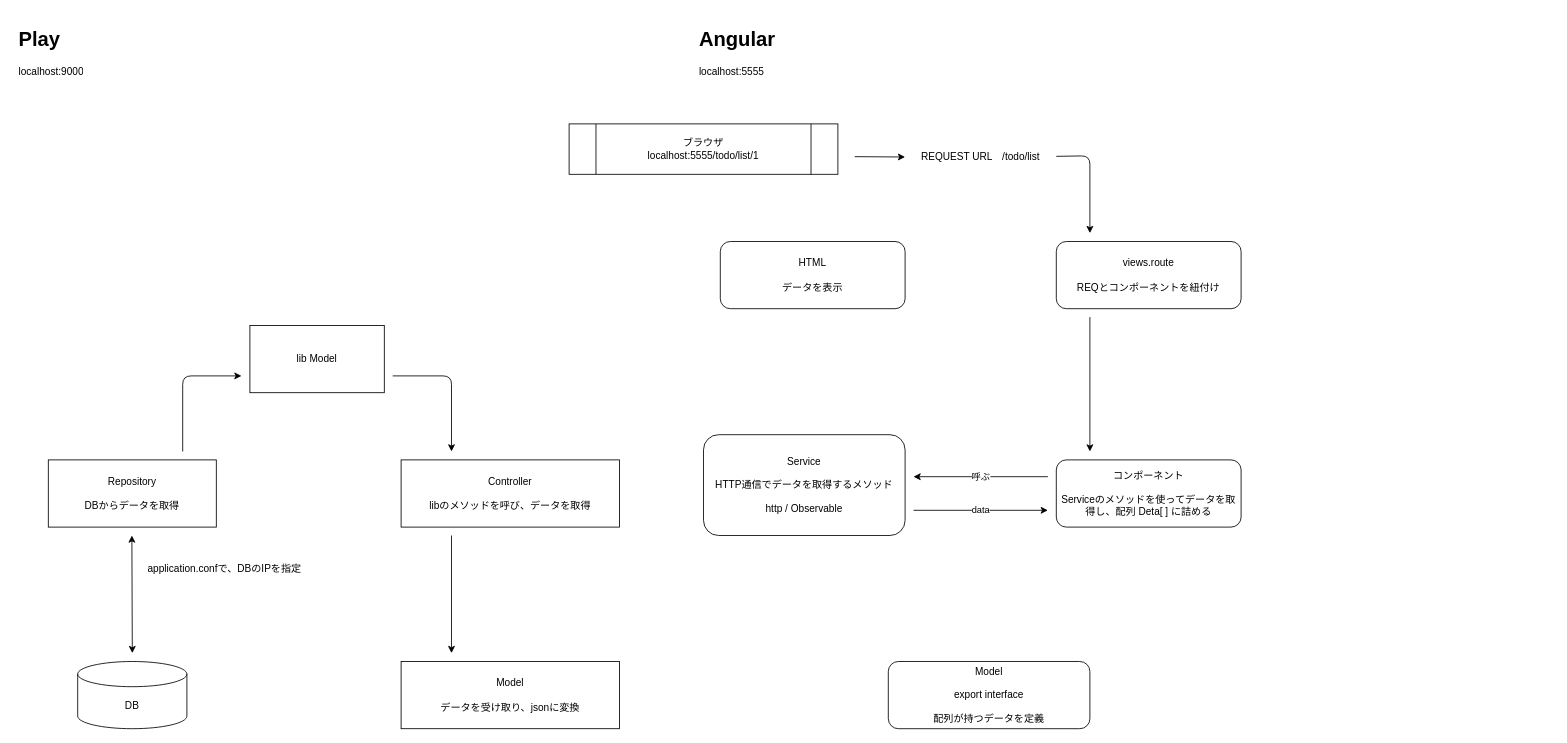
Above: Untitled Diagram.drawio in nzzzz27/learning (draw.io), before the change. Source tidied: cells renumbered, new cells numbered last; positions are measured from the earlier drawing's top-left corner, leaving out a move shared by most shapes. Both pictures are drawn from the tidied source at 84%, with x=0, y=0 at pixel (14, 23).
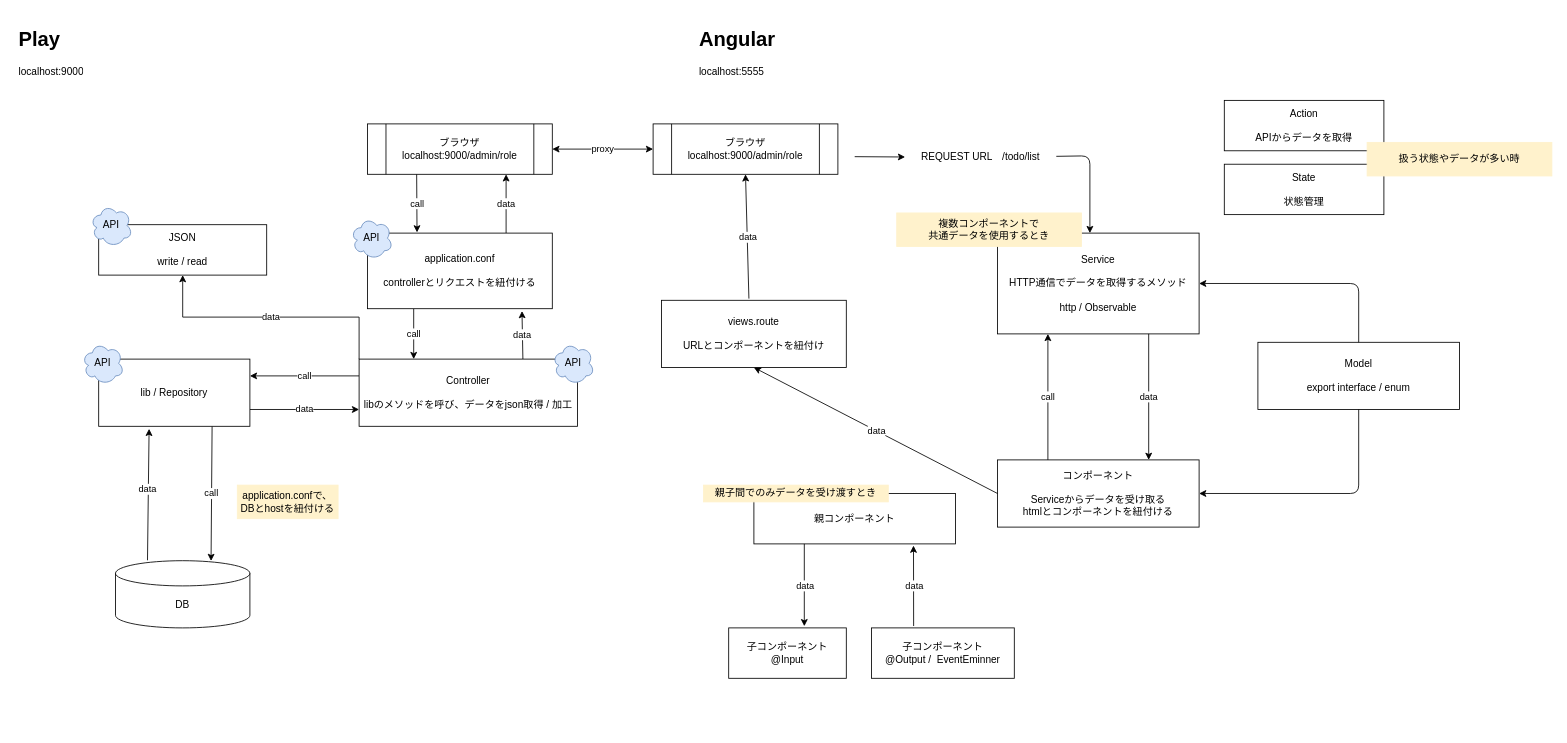
The same diagram, later.

The edit, as a diff of the source:
```diff
@@
-    <mxCell id="4" value="ブラウザ&lt;br&gt;localhost:5555/todo/list/1" style="shape=process;whiteSpace=wrap;html=1;backgroundOutline=1;" parent="1" vertex="1">
-      <mxGeometry x="660" y="120" width="320" height="60" as="geometry" />
+    <mxCell id="4" value="ブラウザ&lt;br&gt;localhost:9000/admin/role" style="shape=process;whiteSpace=wrap;html=1;backgroundOutline=1;" parent="1" vertex="1">
+      <mxGeometry x="760" y="120" width="220" height="60" as="geometry" />
     </mxCell>
-    <mxCell id="5" value="views.route&lt;br&gt;&lt;br&gt;REQとコンポーネントを紐付け" style="rounded=1;whiteSpace=wrap;html=1;" parent="1" vertex="1">
-      <mxGeometry x="1240" y="260" width="220" height="80" as="geometry" />
-    </mxCell>
@@
-    <mxCell id="7" value="コンポーネント&lt;br&gt;&lt;br&gt;Serviceのメソッドを使ってデータを取得し、配列 Deta[ ] に詰める" style="rounded=1;whiteSpace=wrap;html=1;" parent="1" vertex="1">
-      <mxGeometry x="1240" y="520" width="220" height="80" as="geometry" />
+    <mxCell id="7" value="コンポーネント&lt;br&gt;&lt;br&gt;Serviceからデータを受け取る&lt;br&gt;htmlとコンポーネントを紐付ける" style="rounded=0;whiteSpace=wrap;html=1;" parent="1" vertex="1">
+      <mxGeometry x="1170" y="520" width="240" height="80" as="geometry" />
     </mxCell>
-    <mxCell id="8" value="HTML&lt;br&gt;&lt;br&gt;データを表示" style="rounded=1;whiteSpace=wrap;html=1;" parent="1" vertex="1">
-      <mxGeometry x="840" y="260" width="220" height="80" as="geometry" />
-    </mxCell>
-    <mxCell id="9" value="Model&lt;br&gt;&lt;br&gt;export interface&lt;br&gt;&lt;br&gt;配列が持つデータを定義" style="rounded=1;whiteSpace=wrap;html=1;" parent="1" vertex="1">
-      <mxGeometry x="1040" y="760" width="240" height="80" as="geometry" />
+    <mxCell id="9" value="Model&lt;br&gt;&lt;br&gt;export interface / enum" style="rounded=0;whiteSpace=wrap;html=1;" parent="1" vertex="1">
+      <mxGeometry x="1480" y="380" width="240" height="80" as="geometry" />
     </mxCell>
-    <mxCell id="10" value="Service&lt;br&gt;&lt;br&gt;HTTP通信でデータを取得するメソッド&lt;br&gt;&lt;br&gt;http / Observable" style="rounded=1;whiteSpace=wrap;html=1;" parent="1" vertex="1">
-      <mxGeometry x="820" y="490" width="240" height="120" as="geometry" />
+    <mxCell id="10" value="Service&lt;br&gt;&lt;br&gt;HTTP通信でデータを取得するメソッド&lt;br&gt;&lt;br&gt;http / Observable" style="rounded=0;whiteSpace=wrap;html=1;" parent="1" vertex="1">
+      <mxGeometry x="1170" y="250" width="240" height="120" as="geometry" />
     </mxCell>
-    <mxCell id="11" style="endArrow=classic;html=1;" parent="1" edge="1">
-      <mxGeometry relative="1" as="geometry">
-        <mxPoint x="1280" y="350" as="sourcePoint" />
-        <mxPoint x="1280" y="510" as="targetPoint" />
-      </mxGeometry>
-    </mxCell>
-    <mxCell id="12" value="呼ぶ" style="endArrow=classic;html=1;" parent="1" edge="1">
+    <mxCell id="12" value="call" style="endArrow=classic;html=1;entryX=0.25;entryY=1;entryDx=0;entryDy=0;" parent="1" edge="1" target="10">
       <mxGeometry relative="1" as="geometry">
-        <mxPoint x="1230" y="540" as="sourcePoint" />
-        <mxPoint x="1070" y="540" as="targetPoint" />
+        <mxPoint x="1230" y="520" as="sourcePoint" />
       </mxGeometry>
     </mxCell>
-    <mxCell id="13" value="data" style="endArrow=classic;html=1;" parent="1" edge="1">
-      <mxGeometry relative="1" as="geometry">
-        <mxPoint x="1070" y="580" as="sourcePoint" />
-        <mxPoint x="1230" y="580" as="targetPoint" />
-      </mxGeometry>
+    <mxCell id="13" value="data" style="endArrow=classic;html=1;exitX=0.75;exitY=1;exitDx=0;exitDy=0;entryX=0.75;entryY=0;entryDx=0;entryDy=0;" parent="1" edge="1" source="10" target="7">
+      <mxGeometry relative="1" as="geometry" />
     </mxCell>
@@
+    <mxCell id="26" value="call" style="edgeStyle=none;rounded=0;jettySize=auto;html=1;exitX=0;exitY=0.25;exitDx=0;exitDy=0;entryX=1;entryY=0.25;entryDx=0;entryDy=0;" parent="1" edge="1" source="16" target="54">
+      <mxGeometry relative="1" as="geometry" />
+    </mxCell>
+    <mxCell id="27" value="data" style="edgeStyle=none;rounded=0;jettySize=auto;html=1;exitX=0.75;exitY=0;exitDx=0;exitDy=0;entryX=0.836;entryY=1.031;entryDx=0;entryDy=0;entryPerimeter=0;" parent="1" edge="1" source="16" target="47">
+      <mxGeometry relative="1" as="geometry" />
+    </mxCell>
+    <mxCell id="28" value="data" style="edgeStyle=orthogonalEdgeStyle;rounded=0;jettySize=auto;html=1;exitX=0;exitY=0;exitDx=0;exitDy=0;entryX=0.5;entryY=1;entryDx=0;entryDy=0;" parent="1" edge="1" source="16" target="63">
+      <mxGeometry relative="1" as="geometry" />
+    </mxCell>
-    <mxCell id="16" value="Controller&lt;br&gt;&lt;br&gt;libのメソッドを呼び、データを取得" style="rounded=0;whiteSpace=wrap;html=1;" parent="1" vertex="1">
-      <mxGeometry x="460" y="520" width="260" height="80" as="geometry" />
+    <mxCell id="16" value="Controller&lt;br&gt;&lt;br&gt;libのメソッドを呼び、データをjson取得 / 加工" style="rounded=0;whiteSpace=wrap;html=1;" parent="1" vertex="1">
+      <mxGeometry x="410" y="400" width="260" height="80" as="geometry" />
     </mxCell>
-    <mxCell id="17" value="Model&lt;br&gt;&lt;br&gt;データを受け取り、jsonに変換" style="rounded=0;whiteSpace=wrap;html=1;" parent="1" vertex="1">
-      <mxGeometry x="460" y="760" width="260" height="80" as="geometry" />
-    </mxCell>
+    <mxCell id="29" style="endArrow=classic;html=1;entryX=1;entryY=0.5;entryDx=0;entryDy=0;exitX=0.5;exitY=0;exitDx=0;exitDy=0;" parent="1" edge="1" source="9" target="10">
+      <mxGeometry relative="1" as="geometry">
+        <Array as="points">
+          <mxPoint x="1600" y="310" />
+        </Array>
+      </mxGeometry>
+    </mxCell>
+    <mxCell id="30" style="endArrow=classic;html=1;entryX=1;entryY=0.5;entryDx=0;entryDy=0;exitX=0.5;exitY=1;exitDx=0;exitDy=0;" parent="1" edge="1" source="9" target="7">
+      <mxGeometry relative="1" as="geometry">
+        <Array as="points">
+          <mxPoint x="1600" y="560" />
+        </Array>
+      </mxGeometry>
+    </mxCell>
+    <mxCell id="31" style="endArrow=classic;html=1;exitX=0.473;exitY=-0.025;exitDx=0;exitDy=0;entryX=0.5;entryY=1;entryDx=0;entryDy=0;exitPerimeter=0;" parent="1" edge="1" source="5" target="4">
+      <mxGeometry relative="1" as="geometry" />
+    </mxCell>
+    <mxCell id="32" value="data" style="edgeLabel;html=1;align=center;verticalAlign=middle;" parent="31" vertex="1">
+      <mxGeometry relative="1" as="geometry" />
+    </mxCell>
+    <mxCell id="33" value="親コンポーネント" style="rounded=0;whiteSpace=wrap;html=1;" parent="1" vertex="1">
+      <mxGeometry x="880" y="560" width="240" height="60" as="geometry" />
+    </mxCell>
+    <mxCell id="34" value="子コンポーネント&lt;br&gt;@Input" style="rounded=0;whiteSpace=wrap;html=1;" parent="1" vertex="1">
+      <mxGeometry x="850" y="720" width="140" height="60" as="geometry" />
+    </mxCell>
+    <mxCell id="35" value="子コンポーネント&lt;br&gt;@Output /&amp;nbsp; EventEminner" style="rounded=0;whiteSpace=wrap;html=1;" parent="1" vertex="1">
+      <mxGeometry x="1020" y="720" width="170" height="60" as="geometry" />
+    </mxCell>
+    <mxCell id="36" style="endArrow=classic;html=1;exitX=0.25;exitY=1;exitDx=0;exitDy=0;" parent="1" edge="1" source="33">
+      <mxGeometry relative="1" as="geometry">
+        <mxPoint x="940" y="718" as="targetPoint" />
+      </mxGeometry>
+    </mxCell>
+    <mxCell id="37" value="data" style="edgeLabel;html=1;align=center;verticalAlign=middle;" parent="36" vertex="1">
+      <mxGeometry relative="1" as="geometry" />
+    </mxCell>
+    <mxCell id="38" style="endArrow=classic;html=1;exitX=0.295;exitY=-0.037;exitDx=0;exitDy=0;exitPerimeter=0;" parent="1" edge="1" source="35">
+      <mxGeometry relative="1" as="geometry">
+        <mxPoint x="1070" y="622" as="targetPoint" />
+      </mxGeometry>
+    </mxCell>
+    <mxCell id="39" value="data" style="edgeLabel;html=1;align=center;verticalAlign=middle;" parent="38" vertex="1">
+      <mxGeometry relative="1" as="geometry" />
+    </mxCell>
+    <mxCell id="40" value="親子間でのみデータを受け渡すとき" style="text;html=1;strokeColor=#FFF2CC;fillColor=#FFF2CC;align=center;verticalAlign=middle;whiteSpace=wrap;rounded=0;" parent="1" vertex="1">
+      <mxGeometry x="820" y="550" width="220" height="20" as="geometry" />
+    </mxCell>
+    <mxCell id="41" value="複数コンポーネントで&lt;br&gt;共通データを使用するとき" style="text;html=1;strokeColor=#FFF2CC;fillColor=#FFF2CC;align=center;verticalAlign=middle;whiteSpace=wrap;rounded=0;" parent="1" vertex="1">
+      <mxGeometry x="1050" y="226" width="220" height="40" as="geometry" />
+    </mxCell>
+    <mxCell id="42" value="State&lt;br&gt;&lt;br&gt;状態管理" style="rounded=0;whiteSpace=wrap;html=1;" parent="1" vertex="1">
+      <mxGeometry x="1440" y="168" width="190" height="60" as="geometry" />
+    </mxCell>
+    <mxCell id="43" value="Action&lt;br&gt;&lt;br&gt;APIからデータを取得" style="rounded=0;whiteSpace=wrap;html=1;" parent="1" vertex="1">
+      <mxGeometry x="1440" y="92" width="190" height="60" as="geometry" />
+    </mxCell>
+    <mxCell id="44" value="扱う状態やデータが多い時" style="text;html=1;strokeColor=#FFF2CC;fillColor=#FFF2CC;align=center;verticalAlign=middle;whiteSpace=wrap;rounded=0;" parent="1" vertex="1">
+      <mxGeometry x="1610" y="142" width="220" height="40" as="geometry" />
+    </mxCell>
+    <mxCell id="45" value="data" style="edgeStyle=none;rounded=0;jettySize=auto;html=1;exitX=0.75;exitY=0;exitDx=0;exitDy=0;entryX=0.75;entryY=1;entryDx=0;entryDy=0;" parent="1" edge="1" source="47" target="48">
+      <mxGeometry relative="1" as="geometry" />
+    </mxCell>
+    <mxCell id="46" value="call" style="edgeStyle=none;rounded=0;jettySize=auto;html=1;exitX=0.25;exitY=1;exitDx=0;exitDy=0;entryX=0.25;entryY=0;entryDx=0;entryDy=0;" parent="1" edge="1" source="47" target="16">
+      <mxGeometry relative="1" as="geometry" />
+    </mxCell>
+    <mxCell id="47" value="application.conf&lt;br&gt;&lt;br&gt;controllerとリクエストを紐付ける" style="rounded=0;whiteSpace=wrap;html=1;" parent="1" vertex="1">
+      <mxGeometry x="420" y="250" width="220" height="90" as="geometry" />
+    </mxCell>
+    <mxCell id="48" value="ブラウザ&lt;br&gt;localhost:9000/admin/role" style="shape=process;whiteSpace=wrap;html=1;backgroundOutline=1;" parent="1" vertex="1">
+      <mxGeometry x="420" y="120" width="220" height="60" as="geometry" />
+    </mxCell>
+    <mxCell id="49" value="proxy" style="endArrow=classic;startArrow=classic;html=1;exitX=1;exitY=0.5;exitDx=0;exitDy=0;entryX=0;entryY=0.5;entryDx=0;entryDy=0;" parent="1" edge="1" source="48" target="4">
+      <mxGeometry relative="1" as="geometry" />
+    </mxCell>
+    <mxCell id="50" value="call" style="endArrow=classic;html=1;entryX=0.268;entryY=-0.009;entryDx=0;entryDy=0;entryPerimeter=0;exitX=0.266;exitY=1.002;exitDx=0;exitDy=0;exitPerimeter=0;" parent="1" edge="1" source="48" target="47">
+      <mxGeometry relative="1" as="geometry" />
+    </mxCell>
+    <mxCell id="51" value="data" style="edgeStyle=none;rounded=0;jettySize=auto;html=1;exitX=1;exitY=0.75;exitDx=0;exitDy=0;entryX=0;entryY=0.75;entryDx=0;entryDy=0;" parent="1" edge="1" source="54" target="16">
+      <mxGeometry relative="1" as="geometry" />
+    </mxCell>
+    <mxCell id="52" style="edgeStyle=none;rounded=0;jettySize=auto;html=1;exitX=0.75;exitY=1;exitDx=0;exitDy=0;entryX=0.711;entryY=0.004;entryDx=0;entryDy=0;entryPerimeter=0;" parent="1" edge="1" source="54" target="18">
+      <mxGeometry relative="1" as="geometry" />
+    </mxCell>
+    <mxCell id="53" value="call" style="edgeLabel;html=1;align=center;verticalAlign=middle;" parent="52" vertex="1">
+      <mxGeometry y="-1" relative="1" as="geometry" />
+    </mxCell>
+    <mxCell id="54" value="lib / Repository" style="rounded=0;whiteSpace=wrap;html=1;" parent="1" vertex="1">
+      <mxGeometry x="100" y="400" width="180" height="80" as="geometry" />
+    </mxCell>
+    <mxCell id="55" style="edgeStyle=none;rounded=0;jettySize=auto;html=1;exitX=0.238;exitY=-0.006;exitDx=0;exitDy=0;exitPerimeter=0;" parent="1" edge="1" source="18">
+      <mxGeometry relative="1" as="geometry">
+        <mxPoint x="160" y="483" as="targetPoint" />
+      </mxGeometry>
+    </mxCell>
+    <mxCell id="56" value="data" style="edgeLabel;html=1;align=center;verticalAlign=middle;" parent="55" vertex="1">
+      <mxGeometry x="0.09" y="2" relative="1" as="geometry" />
+    </mxCell>
-    <mxCell id="18" value="DB" style="shape=cylinder3;whiteSpace=wrap;html=1;boundedLbl=1;backgroundOutline=1;size=15;" parent="1" vertex="1">
-      <mxGeometry x="75" y="760" width="130" height="80" as="geometry" />
+    <mxCell id="18" value="DB" style="shape=cylinder3;whiteSpace=wrap;html=1;boundedLbl=1;backgroundOutline=1;size=15;rounded=0;" parent="1" vertex="1">
+      <mxGeometry x="120" y="640" width="160" height="80" as="geometry" />
     </mxCell>
-    <mxCell id="19" value="Repository&lt;br&gt;&lt;br&gt;DBからデータを取得" style="rounded=0;whiteSpace=wrap;html=1;" parent="1" vertex="1">
-      <mxGeometry x="40" y="520" width="200" height="80" as="geometry" />
-    </mxCell>
-    <mxCell id="20" style="endArrow=classic;startArrow=classic;html=1;" parent="1" edge="1">
-      <mxGeometry relative="1" as="geometry">
-        <mxPoint x="140" y="750" as="sourcePoint" />
-        <mxPoint x="139.5" y="610" as="targetPoint" />
-      </mxGeometry>
-    </mxCell>
-    <mxCell id="21" value="application.confで、DBのIPを指定" style="text;html=1;strokeColor=none;fillColor=none;align=center;verticalAlign=middle;whiteSpace=wrap;rounded=0;" parent="1" vertex="1">
-      <mxGeometry x="150" y="640" width="200" height="20" as="geometry" />
-    </mxCell>
-    <mxCell id="22" value="lib Model" style="rounded=0;whiteSpace=wrap;html=1;" parent="1" vertex="1">
-      <mxGeometry x="280" y="360" width="160" height="80" as="geometry" />
-    </mxCell>
-    <mxCell id="23" style="endArrow=classic;html=1;" parent="1" edge="1">
-      <mxGeometry relative="1" as="geometry">
-        <mxPoint x="200" y="510" as="sourcePoint" />
-        <mxPoint x="270" y="420" as="targetPoint" />
-        <Array as="points">
-          <mxPoint x="200" y="420" />
-        </Array>
-      </mxGeometry>
-    </mxCell>
-    <mxCell id="24" style="endArrow=classic;html=1;" parent="1" edge="1">
-      <mxGeometry relative="1" as="geometry">
-        <mxPoint x="450" y="420" as="sourcePoint" />
-        <mxPoint x="520" y="510" as="targetPoint" />
-        <Array as="points">
-          <mxPoint x="520" y="420" />
-        </Array>
-      </mxGeometry>
-    </mxCell>
-    <mxCell id="25" style="endArrow=classic;html=1;" parent="1" edge="1">
-      <mxGeometry relative="1" as="geometry">
-        <mxPoint x="520" y="610" as="sourcePoint" />
-        <mxPoint x="520" y="750" as="targetPoint" />
-      </mxGeometry>
-    </mxCell>
+    <mxCell id="57" value="application.confで、&lt;br&gt;DBとhostを紐付ける" style="text;html=1;strokeColor=#FFF2CC;align=center;verticalAlign=middle;whiteSpace=wrap;rounded=0;fillColor=#FFF2CC;" parent="1" vertex="1">
+      <mxGeometry x="265" y="550" width="120" height="40" as="geometry" />
+    </mxCell>
+    <mxCell id="58" value="API" style="ellipse;shape=cloud;whiteSpace=wrap;html=1;rounded=0;strokeColor=#6c8ebf;fillColor=#dae8fc;" parent="1" vertex="1">
+      <mxGeometry x="400" y="231" width="50" height="50" as="geometry" />
+    </mxCell>
+    <mxCell id="59" value="API" style="ellipse;shape=cloud;whiteSpace=wrap;html=1;rounded=0;strokeColor=#6c8ebf;fillColor=#dae8fc;" parent="1" vertex="1">
+      <mxGeometry x="640" y="380" width="50" height="50" as="geometry" />
+    </mxCell>
+    <mxCell id="60" value="API" style="ellipse;shape=cloud;whiteSpace=wrap;html=1;rounded=0;strokeColor=#6c8ebf;fillColor=#dae8fc;" parent="1" vertex="1">
+      <mxGeometry x="80" y="380" width="50" height="50" as="geometry" />
+    </mxCell>
+    <mxCell id="5" value="views.route&lt;br&gt;&lt;br&gt;URLとコンポーネントを紐付け" style="rounded=0;whiteSpace=wrap;html=1;" parent="1" vertex="1">
+      <mxGeometry x="770" y="330" width="220" height="80" as="geometry" />
+    </mxCell>
+    <mxCell id="61" style="endArrow=classic;html=1;exitX=0;exitY=0.5;exitDx=0;exitDy=0;entryX=0.5;entryY=1;entryDx=0;entryDy=0;" parent="1" edge="1" source="7" target="5">
+      <mxGeometry relative="1" as="geometry" />
+    </mxCell>
+    <mxCell id="62" value="data" style="edgeLabel;html=1;align=center;verticalAlign=middle;" parent="61" vertex="1">
+      <mxGeometry relative="1" as="geometry" />
+    </mxCell>
+    <mxCell id="63" value="JSON&lt;br&gt;&lt;br&gt;write / read" style="rounded=0;whiteSpace=wrap;html=1;" parent="1" vertex="1">
+      <mxGeometry x="100" y="240" width="200" height="60" as="geometry" />
+    </mxCell>
+    <mxCell id="64" value="API" style="ellipse;shape=cloud;whiteSpace=wrap;html=1;rounded=0;strokeColor=#6c8ebf;fillColor=#dae8fc;" parent="1" vertex="1">
+      <mxGeometry x="90" y="216" width="50" height="50" as="geometry" />
+    </mxCell>
```
